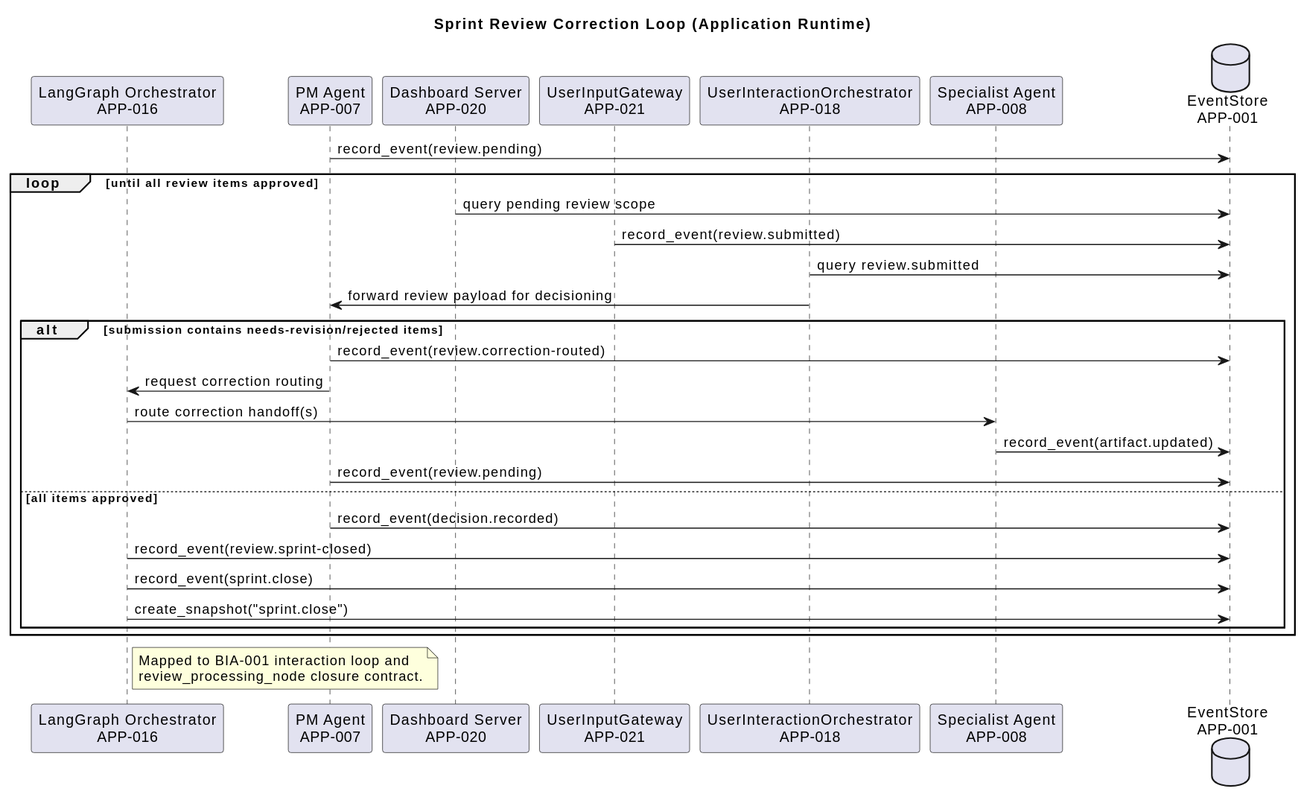
Above: engagements/ENG-001/work-repositories/architecture-repository/diagram-catalog/rendered/runtime-sequence-sprint-review-correction-loop-v1.svg in mbauer83/sdlc-multi-agent-system (PlantUML), before the change. Source of this version:
```plantuml
@startuml
title Sprint Review Correction Loop (Application Runtime)

participant "LangGraph Orchestrator\nAPP-016" as APP_016
participant "PM Agent\nAPP-007" as APP_007
participant "Dashboard Server\nAPP-020" as APP_020
participant "UserInputGateway\nAPP-021" as APP_021
participant "UserInteractionOrchestrator\nAPP-018" as APP_018
participant "Specialist Agent\nAPP-008" as APP_008
database "EventStore\nAPP-001" as APP_001

APP_007 -> APP_001: record_event(review.pending)

loop until all review items approved
  APP_020 -> APP_001: query pending review scope
  APP_021 -> APP_001: record_event(review.submitted)
  APP_018 -> APP_001: query review.submitted
  APP_018 -> APP_007: forward review payload for decisioning

  alt submission contains needs-revision/rejected items
    APP_007 -> APP_001: record_event(review.correction-routed)
    APP_007 -> APP_016: request correction routing
    APP_016 -> APP_008: route correction handoff(s)
    APP_008 -> APP_001: record_event(artifact.updated)
    APP_007 -> APP_001: record_event(review.pending)
  else all items approved
    APP_007 -> APP_001: record_event(decision.recorded)
    APP_016 -> APP_001: record_event(review.sprint-closed)
    APP_016 -> APP_001: record_event(sprint.close)
    APP_016 -> APP_001: create_snapshot("sprint.close")
  end
end

note right of APP_016
Mapped to BIA-001 interaction loop and
review_processing_node closure contract.
end note
@enduml
```
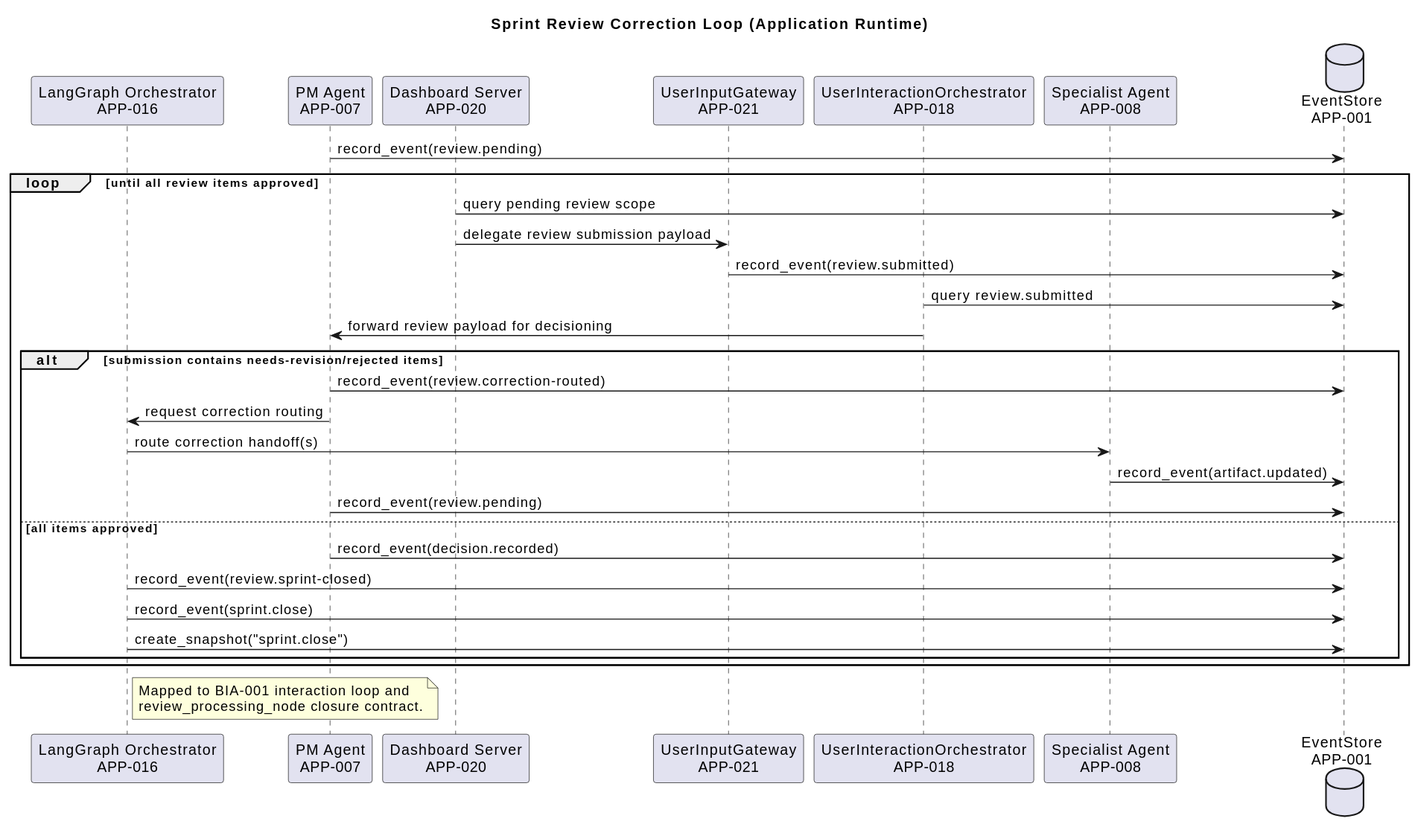
After the change.

What changed in the source:
```diff
@@ -13,6 +13,7 @@
 
 loop until all review items approved
   APP_020 -> APP_001: query pending review scope
+  APP_020 -> APP_021: delegate review submission payload
   APP_021 -> APP_001: record_event(review.submitted)
   APP_018 -> APP_001: query review.submitted
   APP_018 -> APP_007: forward review payload for decisioning
```
